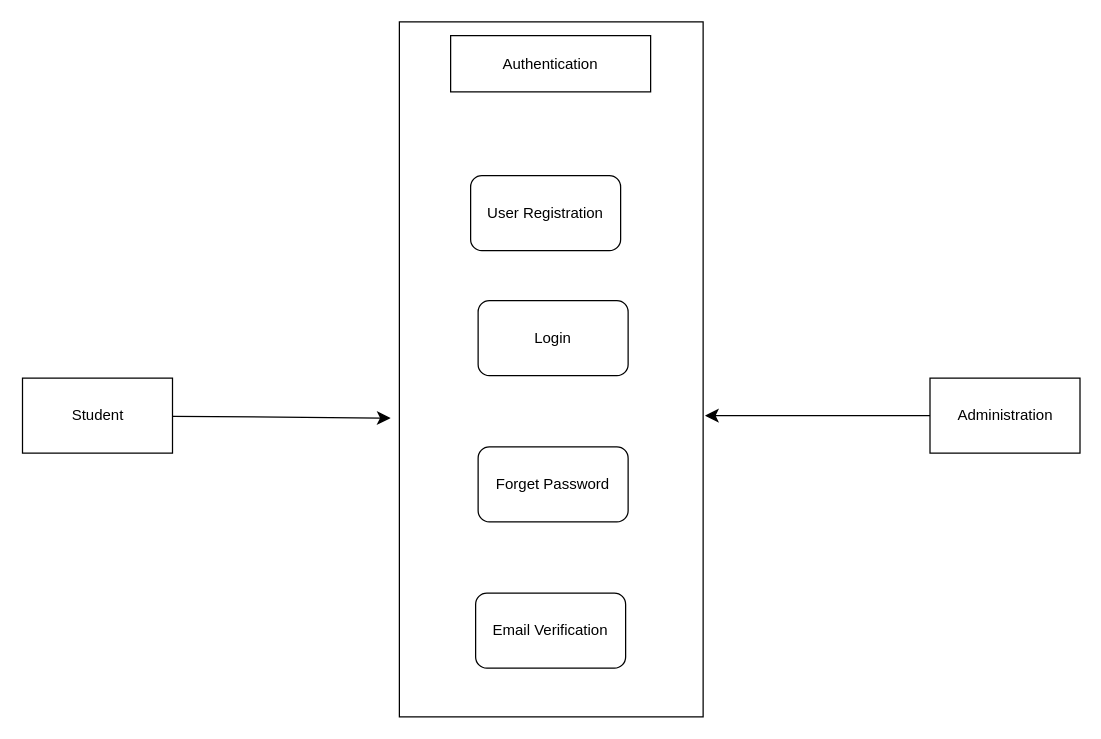
Above: Untitled Diagram.drawio in nawab69/readmetest (draw.io), before the change. Source tidied: cells renumbered, new cells numbered last; positions are measured from the earlier drawing's top-left corner, leaving out a move shared by most shapes. Both pictures are drawn from the tidied source at 125%, with x=0, y=0 at pixel (21, 21).
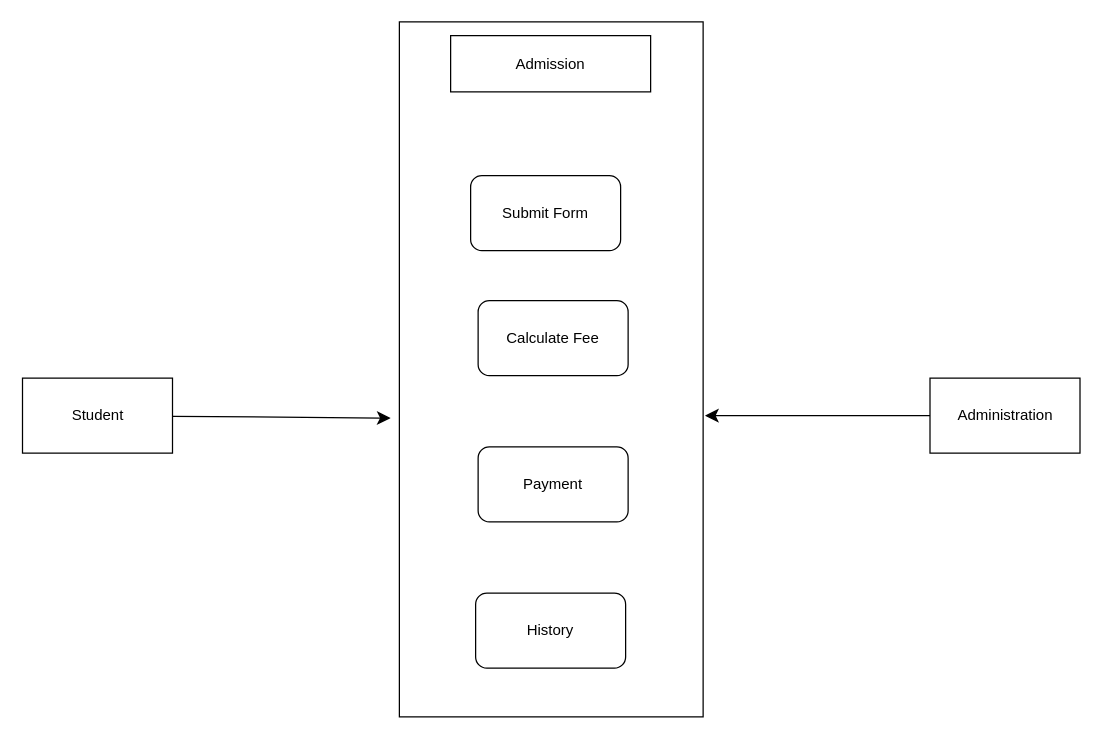
Above is the later version.

Diff of the diagram source:
```diff
@@
 <mxGraphModel>
   <root>
     <mxCell id="0" />
     <mxCell id="1" parent="0" />
     <mxCell id="2" style="rounded=0;whiteSpace=wrap;html=1;" parent="1" vertex="1">
       <mxGeometry x="302" width="243" height="556" as="geometry" />
     </mxCell>
-    <mxCell id="3" value="User Registration" style="rounded=1;whiteSpace=wrap;html=1;" parent="1" vertex="1">
+    <mxCell id="3" value="Submit Form" style="rounded=1;whiteSpace=wrap;html=1;" parent="1" vertex="1">
       <mxGeometry x="359" y="123" width="120" height="60" as="geometry" />
     </mxCell>
-    <mxCell id="4" value="Login" style="rounded=1;whiteSpace=wrap;html=1;" parent="1" vertex="1">
+    <mxCell id="4" value="Calculate Fee" style="rounded=1;whiteSpace=wrap;html=1;" parent="1" vertex="1">
       <mxGeometry x="365" y="223" width="120" height="60" as="geometry" />
     </mxCell>
-    <mxCell id="5" value="Forget Password" style="rounded=1;whiteSpace=wrap;html=1;" parent="1" vertex="1">
+    <mxCell id="5" value="Payment" style="rounded=1;whiteSpace=wrap;html=1;" parent="1" vertex="1">
       <mxGeometry x="365" y="340" width="120" height="60" as="geometry" />
     </mxCell>
-    <mxCell id="6" value="Email Verification" style="rounded=1;whiteSpace=wrap;html=1;" parent="1" vertex="1">
+    <mxCell id="6" value="History" style="rounded=1;whiteSpace=wrap;html=1;" parent="1" vertex="1">
       <mxGeometry x="363" y="457" width="120" height="60" as="geometry" />
     </mxCell>
     <mxCell id="7" style="edgeStyle=none;curved=1;rounded=0;jettySize=auto;html=1;fontSize=12;startSize=8;endSize=8;" parent="1" edge="1" source="8">
       <mxGeometry relative="1" as="geometry">
         <mxPoint x="295" y="317" as="targetPoint" />
       </mxGeometry>
     </mxCell>
     <mxCell id="8" value="Student" style="whiteSpace=wrap;html=1;rounded=0;" parent="1" vertex="1">
       <mxGeometry x="0.5" y="285" width="120" height="60" as="geometry" />
     </mxCell>
     <mxCell id="9" style="edgeStyle=none;curved=1;rounded=0;jettySize=auto;html=1;fontSize=12;startSize=8;endSize=8;" parent="1" edge="1" source="10">
       <mxGeometry relative="1" as="geometry">
         <mxPoint x="546.5" y="315" as="targetPoint" />
       </mxGeometry>
     </mxCell>
     <mxCell id="10" value="Administration" style="whiteSpace=wrap;html=1;rounded=0;" parent="1" vertex="1">
       <mxGeometry x="726.5" y="285" width="120" height="60" as="geometry" />
     </mxCell>
-    <mxCell id="11" value="Authentication" style="rounded=0;whiteSpace=wrap;html=1;" parent="1" vertex="1">
+    <mxCell id="11" value="Admission" style="rounded=0;whiteSpace=wrap;html=1;" parent="1" vertex="1">
       <mxGeometry x="343" y="11" width="160" height="45" as="geometry" />
     </mxCell>
   </root>
 </mxGraphModel>
```
